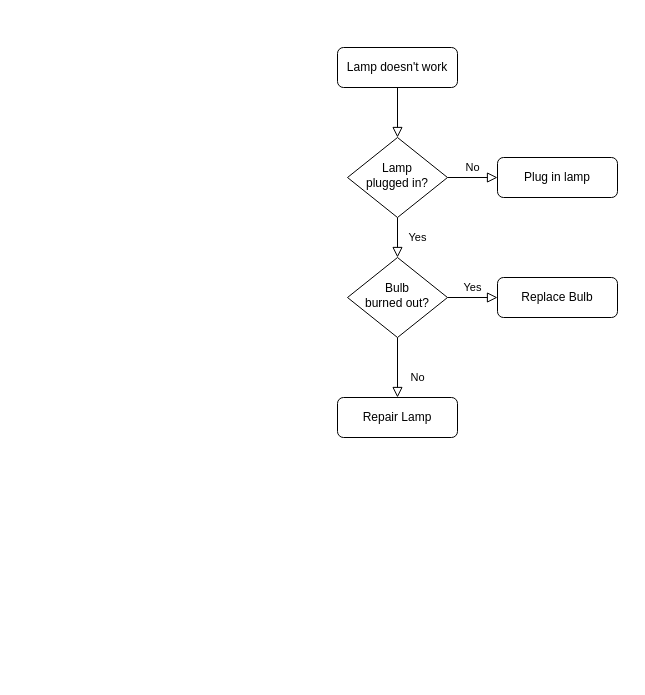
Before: logicDiagram/Untitled Diagram.drawio in gitzsl17/draw, a draw.io diagram. Source tidied: cells renumbered, new cells numbered last; positions are measured from the earlier drawing's top-left corner, leaving out a move shared by most shapes. Both pictures are drawn from the tidied source at 100%, with x=0, y=0 at pixel (337, 47).
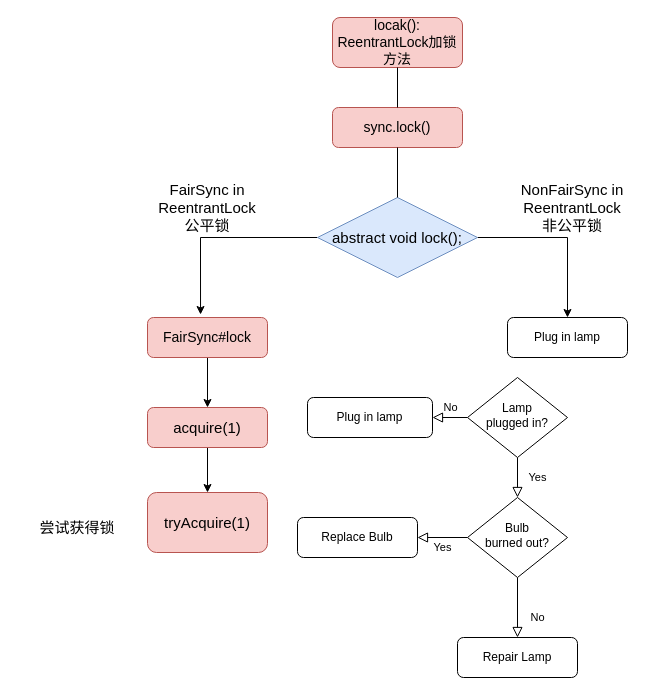
Above is the later version.

Change to the diagram source:
```diff
@@
-    <mxCell id="2" style="rounded=0;html=1;jettySize=auto;fontSize=11;endArrow=block;endFill=0;endSize=8;strokeWidth=1;shadow=0;labelBackgroundColor=none;edgeStyle=orthogonalEdgeStyle;" parent="1" edge="1" source="3" target="6">
-      <mxGeometry relative="1" as="geometry" />
-    </mxCell>
-    <mxCell id="3" value="Lamp doesn't work" style="rounded=1;whiteSpace=wrap;html=1;fontSize=12;glass=0;strokeWidth=1;shadow=0;" parent="1" vertex="1">
-      <mxGeometry width="120" height="40" as="geometry" />
+    <mxCell id="3" value="locak(): ReentrantLock加锁方法" style="rounded=1;whiteSpace=wrap;html=1;fontSize=14;glass=0;strokeWidth=1;shadow=0;fillColor=#f8cecc;strokeColor=#b85450;" parent="1" vertex="1">
+      <mxGeometry x="-5" y="-30" width="130" height="50" as="geometry" />
     </mxCell>
@@
     <mxCell id="6" value="Lamp&lt;br&gt;plugged in?" style="rhombus;whiteSpace=wrap;html=1;shadow=0;fontFamily=Helvetica;fontSize=12;align=center;strokeWidth=1;spacing=6;spacingTop=-4;" parent="1" vertex="1">
-      <mxGeometry x="10" y="90" width="100" height="80" as="geometry" />
+      <mxGeometry x="130" y="330" width="100" height="80" as="geometry" />
     </mxCell>
     <mxCell id="7" value="Plug in lamp" style="rounded=1;whiteSpace=wrap;html=1;fontSize=12;glass=0;strokeWidth=1;shadow=0;" parent="1" vertex="1">
-      <mxGeometry x="160" y="110" width="120" height="40" as="geometry" />
+      <mxGeometry x="-30" y="350" width="125" height="40" as="geometry" />
     </mxCell>
@@
     <mxCell id="10" value="Bulb&lt;br&gt;burned out?" style="rhombus;whiteSpace=wrap;html=1;shadow=0;fontFamily=Helvetica;fontSize=12;align=center;strokeWidth=1;spacing=6;spacingTop=-4;" parent="1" vertex="1">
-      <mxGeometry x="10" y="210" width="100" height="80" as="geometry" />
+      <mxGeometry x="130" y="450" width="100" height="80" as="geometry" />
     </mxCell>
     <mxCell id="11" value="Repair Lamp" style="rounded=1;whiteSpace=wrap;html=1;fontSize=12;glass=0;strokeWidth=1;shadow=0;" parent="1" vertex="1">
-      <mxGeometry y="350" width="120" height="40" as="geometry" />
+      <mxGeometry x="120" y="590" width="120" height="40" as="geometry" />
     </mxCell>
     <mxCell id="12" value="Replace Bulb" style="rounded=1;whiteSpace=wrap;html=1;fontSize=12;glass=0;strokeWidth=1;shadow=0;" parent="1" vertex="1">
-      <mxGeometry x="160" y="230" width="120" height="40" as="geometry" />
+      <mxGeometry x="-40" y="470" width="120" height="40" as="geometry" />
     </mxCell>
+    <mxCell id="13" value="sync.lock()" style="rounded=1;whiteSpace=wrap;html=1;fontSize=14;glass=0;strokeWidth=1;shadow=0;fillColor=#f8cecc;strokeColor=#b85450;" parent="1" vertex="1">
+      <mxGeometry x="-5" y="60" width="130" height="40" as="geometry" />
+    </mxCell>
+    <mxCell id="14" style="rounded=0;html=1;jettySize=auto;fontSize=11;endArrow=none;endFill=0;endSize=8;strokeWidth=1;shadow=0;labelBackgroundColor=none;edgeStyle=orthogonalEdgeStyle;" parent="1" edge="1" source="3" target="13">
+      <mxGeometry relative="1" as="geometry" />
+    </mxCell>
+    <mxCell id="15" style="edgeStyle=orthogonalEdgeStyle;rounded=0;jettySize=auto;html=1;exitX=0;exitY=0.5;exitDx=0;exitDy=0;fontSize=15;entryX=0.442;entryY=-0.075;entryDx=0;entryDy=0;entryPerimeter=0;" parent="1" edge="1" source="17" target="21">
+      <mxGeometry relative="1" as="geometry" />
+    </mxCell>
+    <mxCell id="16" style="edgeStyle=orthogonalEdgeStyle;rounded=0;jettySize=auto;html=1;exitX=1;exitY=0.5;exitDx=0;exitDy=0;fontSize=15;" parent="1" edge="1" source="17" target="22">
+      <mxGeometry relative="1" as="geometry" />
+    </mxCell>
+    <mxCell id="17" value="&lt;span&gt;abstract void lock();&lt;/span&gt;" style="rhombus;whiteSpace=wrap;html=1;fontSize=15;fillColor=#dae8fc;strokeColor=#6c8ebf;" parent="1" vertex="1">
+      <mxGeometry x="-20" y="150" width="160" height="80" as="geometry" />
+    </mxCell>
+    <mxCell id="18" style="rounded=0;html=1;jettySize=auto;fontSize=11;endArrow=none;endFill=0;endSize=8;strokeWidth=1;shadow=0;labelBackgroundColor=none;edgeStyle=orthogonalEdgeStyle;startArrow=none;" parent="1" edge="1" source="13" target="17">
+      <mxGeometry relative="1" as="geometry" />
+    </mxCell>
+    <mxCell id="19" value="FairSync in &lt;br&gt;ReentrantLock&lt;br&gt;公平锁" style="text;html=1;strokeColor=none;fillColor=none;align=center;verticalAlign=middle;whiteSpace=wrap;rounded=0;fontSize=15;" parent="1" vertex="1">
+      <mxGeometry x="-220" y="150" width="180" height="20" as="geometry" />
+    </mxCell>
+    <mxCell id="20" style="edgeStyle=orthogonalEdgeStyle;rounded=0;jettySize=auto;html=1;exitX=0.5;exitY=1;exitDx=0;exitDy=0;fontSize=15;" parent="1" edge="1" source="21" target="25">
+      <mxGeometry relative="1" as="geometry" />
+    </mxCell>
+    <mxCell id="21" value="FairSync#lock" style="rounded=1;whiteSpace=wrap;html=1;fontSize=14;glass=0;strokeWidth=1;shadow=0;fillColor=#f8cecc;strokeColor=#b85450;" parent="1" vertex="1">
+      <mxGeometry x="-190" y="270" width="120" height="40" as="geometry" />
+    </mxCell>
+    <mxCell id="22" value="Plug in lamp" style="rounded=1;whiteSpace=wrap;html=1;fontSize=12;glass=0;strokeWidth=1;shadow=0;" parent="1" vertex="1">
+      <mxGeometry x="170" y="270" width="120" height="40" as="geometry" />
+    </mxCell>
+    <mxCell id="23" value="NonFairSync in ReentrantLock&lt;br&gt;非公平锁" style="text;html=1;strokeColor=none;fillColor=none;align=center;verticalAlign=middle;whiteSpace=wrap;rounded=0;fontSize=15;" parent="1" vertex="1">
+      <mxGeometry x="180" y="150" width="110" height="20" as="geometry" />
+    </mxCell>
+    <mxCell id="24" style="edgeStyle=orthogonalEdgeStyle;rounded=0;jettySize=auto;html=1;exitX=0.5;exitY=1;exitDx=0;exitDy=0;entryX=0.5;entryY=0;entryDx=0;entryDy=0;fontSize=15;" parent="1" edge="1" source="25" target="26">
+      <mxGeometry relative="1" as="geometry" />
+    </mxCell>
+    <mxCell id="25" value="acquire(1)" style="rounded=1;whiteSpace=wrap;html=1;fontSize=15;fillColor=#f8cecc;strokeColor=#b85450;" parent="1" vertex="1">
+      <mxGeometry x="-190" y="360" width="120" height="40" as="geometry" />
+    </mxCell>
+    <mxCell id="26" value="tryAcquire(1)" style="rounded=1;whiteSpace=wrap;html=1;fontSize=15;fillColor=#f8cecc;strokeColor=#b85450;" parent="1" vertex="1">
+      <mxGeometry x="-190" y="445" width="120" height="60" as="geometry" />
+    </mxCell>
+    <mxCell id="27" value="尝试获得锁" style="text;html=1;strokeColor=none;fillColor=none;align=center;verticalAlign=middle;whiteSpace=wrap;rounded=0;fontSize=15;" parent="1" vertex="1">
+      <mxGeometry x="-320" y="470" width="120" height="20" as="geometry" />
+    </mxCell>
```
